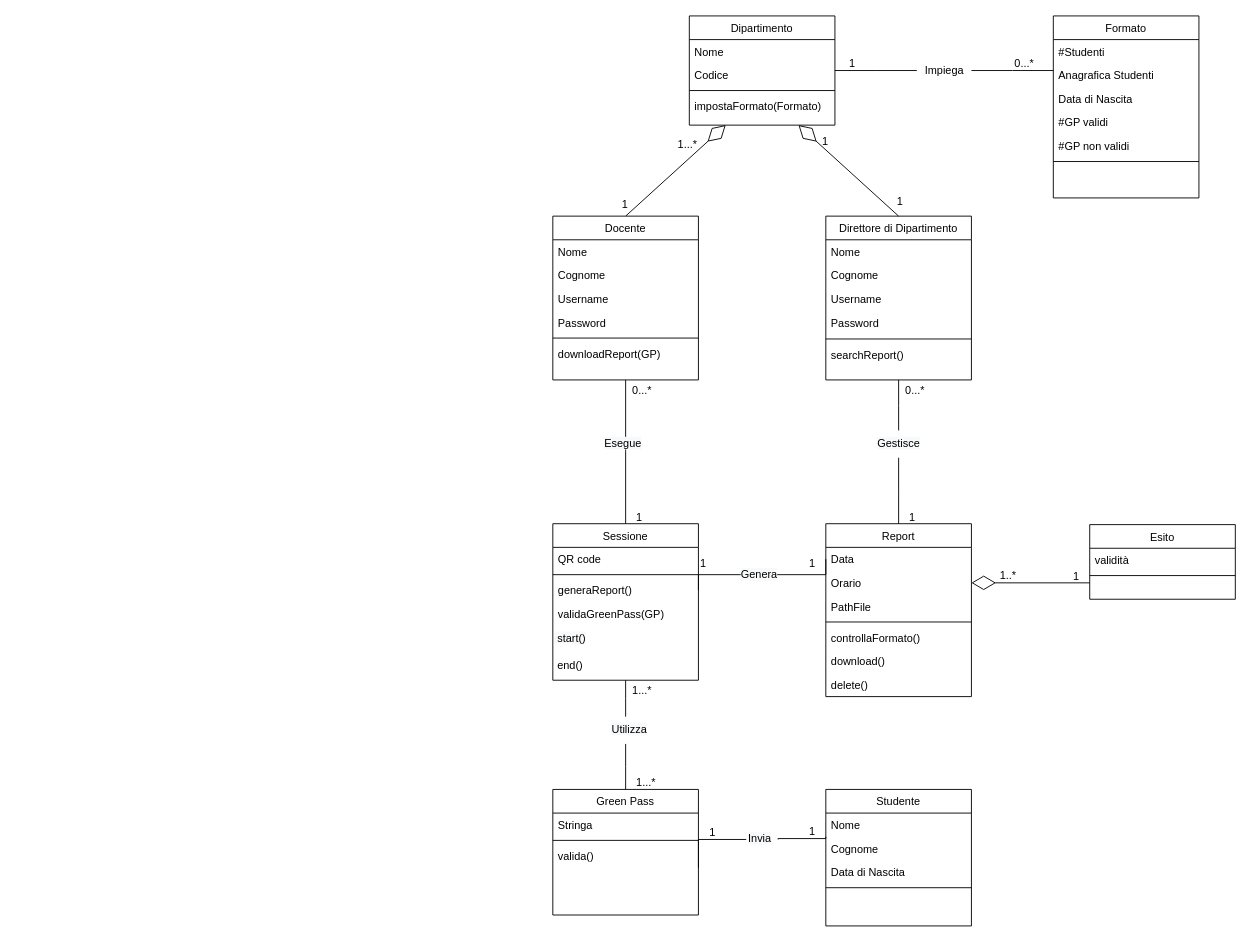
Before: Documentazione/Resources/Class Diagram.drawio in Alberto-00/EasyPass, a draw.io diagram. Source tidied: cells renumbered, new cells numbered last; positions are measured from the earlier drawing's top-left corner, leaving out a move shared by most shapes. Both pictures are drawn from the tidied source at 91%, with x=0, y=0 at pixel (552, 15).
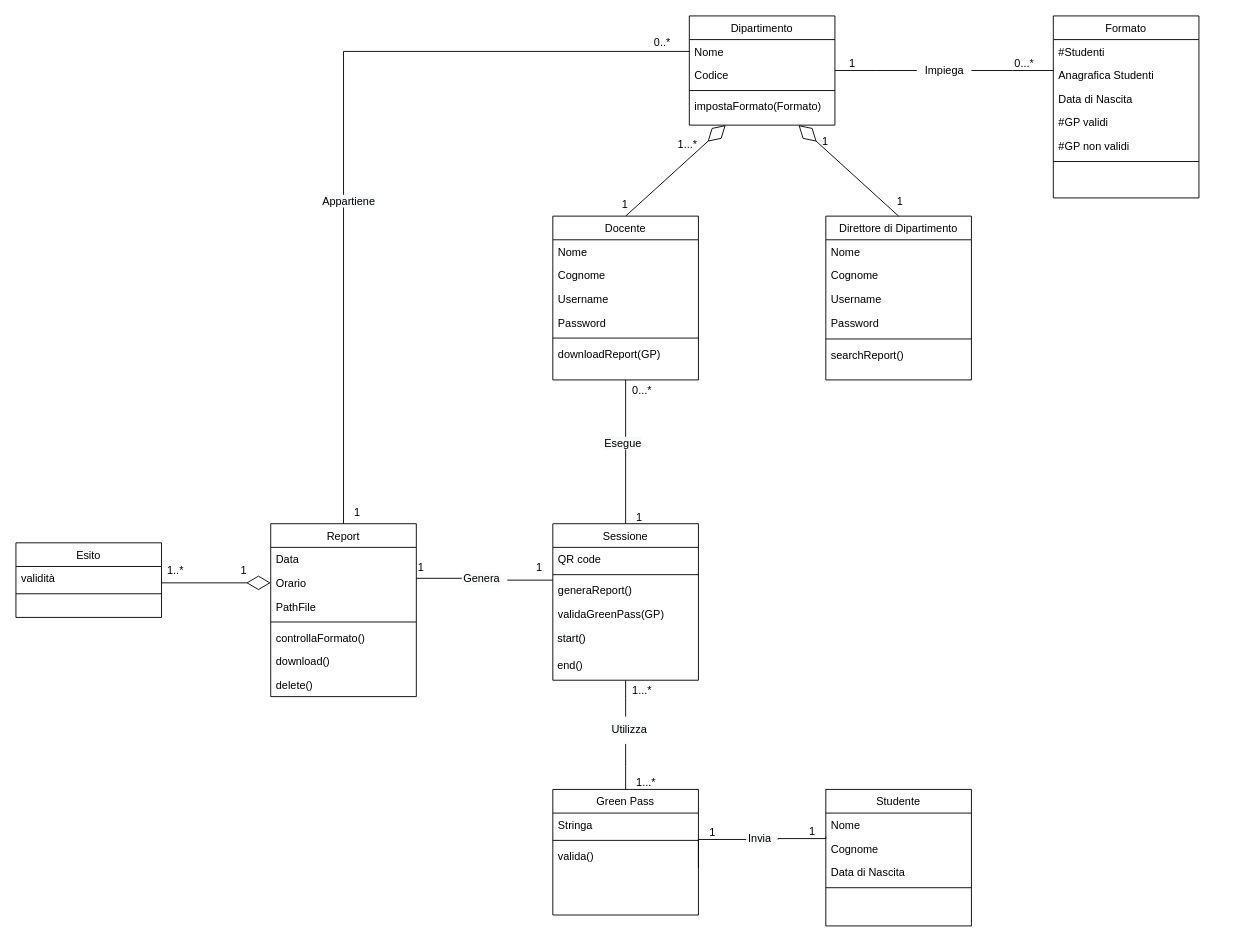
Above is the later version.

The change refers to these unchanged cells:
```xml
<mxCell id="3" value="Nome" style="text;align=left;verticalAlign=top;spacingLeft=4;spacingRight=4;overflow=hidden;points=[[0,0.5],[1,0.5]];portConstraint=eastwest;" parent="2" vertex="1">
  <mxGeometry y="26" width="160" height="26" as="geometry" />
</mxCell>
<mxCell id="7" value="Direttore di Dipartimento" style="swimlane;fontStyle=0;align=center;verticalAlign=top;horizontal=1;startSize=26;rounded=0;shadow=0;strokeWidth=1;fontColor=#000000;" parent="1" vertex="1">
  <mxGeometry x="300" y="220" width="160" height="180" as="geometry" />
</mxCell>
<mxCell id="28" value="generaReport()" style="text;align=left;verticalAlign=top;spacingLeft=4;spacingRight=4;overflow=hidden;points=[[0,0.5],[1,0.5]];portConstraint=eastwest;fontStyle=0;" parent="25" vertex="1">
  <mxGeometry y="60" width="160" height="26" as="geometry" />
</mxCell>
<mxCell id="33" value="Data" style="text;align=left;verticalAlign=top;spacingLeft=4;spacingRight=4;overflow=hidden;points=[[0,0.5],[1,0.5]];portConstraint=eastwest;rounded=0;shadow=0;html=0;" parent="32" vertex="1">
  <mxGeometry y="26" width="160" height="26" as="geometry" />
</mxCell>
<mxCell id="34" value="Orario" style="text;align=left;verticalAlign=top;spacingLeft=4;spacingRight=4;overflow=hidden;points=[[0,0.5],[1,0.5]];portConstraint=eastwest;rounded=0;shadow=0;html=0;" parent="32" vertex="1">
  <mxGeometry y="52" width="160" height="26" as="geometry" />
</mxCell>
```

The edit, as a diff of the source:
```diff
@@
     <mxCell id="32" value="Report" style="swimlane;fontStyle=0;align=center;verticalAlign=top;horizontal=1;startSize=26;rounded=0;shadow=0;strokeWidth=1;" parent="1" vertex="1">
-      <mxGeometry x="300" y="558" width="160" height="190" as="geometry" />
+      <mxGeometry x="-310" y="558" width="160" height="190" as="geometry" />
     </mxCell>
@@
     <mxCell id="40" value="Esito" style="swimlane;fontStyle=0;align=center;verticalAlign=top;horizontal=1;startSize=26;rounded=0;shadow=0;strokeWidth=1;fontColor=#000000;" parent="1" vertex="1">
-      <mxGeometry x="590" y="559" width="160" height="82" as="geometry" />
+      <mxGeometry x="-590" y="579" width="160" height="82" as="geometry" />
     </mxCell>
@@
-    <mxCell id="47" style="endArrow=diamondThin;endFill=0;endSize=24;html=1;rounded=0;exitX=0;exitY=0.5;exitDx=0;exitDy=0;" parent="1" edge="1">
+    <mxCell id="47" style="endArrow=diamondThin;endFill=0;endSize=24;html=1;rounded=0;entryX=0;entryY=0.5;entryDx=0;entryDy=0;" parent="1" edge="1" target="34">
       <mxGeometry relative="1" as="geometry">
-        <mxPoint x="590" y="623" as="sourcePoint" />
-        <mxPoint x="460" y="623" as="targetPoint" />
+        <mxPoint x="-430" y="623" as="sourcePoint" />
       </mxGeometry>
     </mxCell>
-    <mxCell id="48" style="endArrow=none;shadow=0;strokeWidth=1;rounded=0;endFill=0;edgeStyle=elbowEdgeStyle;elbow=vertical;exitX=0;exitY=0.5;exitDx=0;exitDy=0;entryX=1;entryY=0.5;entryDx=0;entryDy=0;" parent="1" edge="1" source="33" target="28">
-      <mxGeometry x="0.5" y="41" relative="1" as="geometry">
-        <mxPoint x="-40" y="32" as="offset" />
-      </mxGeometry>
-    </mxCell>
-    <mxCell id="49" value="1" style="align=left;verticalAlign=bottom;labelBackgroundColor=none;fontSize=12;" parent="48" vertex="1">
-      <mxGeometry x="-1" relative="1" as="geometry">
-        <mxPoint x="-20" y="13" as="offset" />
-      </mxGeometry>
-    </mxCell>
-    <mxCell id="50" value="1" style="align=right;verticalAlign=bottom;labelBackgroundColor=none;fontSize=12;" parent="48" vertex="1">
-      <mxGeometry x="1" relative="1" as="geometry">
-        <mxPoint x="10" y="-21" as="offset" />
-      </mxGeometry>
-    </mxCell>
-    <mxCell id="51" value="&lt;span style=&quot;color: rgb(0 , 0 , 0) ; font-family: &amp;#34;helvetica&amp;#34; ; font-size: 12px ; font-style: normal ; font-weight: 400 ; letter-spacing: normal ; text-align: center ; text-indent: 0px ; text-transform: none ; word-spacing: 0px ; background-color: rgb(248 , 249 , 250) ; display: inline ; float: none&quot;&gt;Genera&lt;/span&gt;" style="text;whiteSpace=wrap;html=1;" parent="1" vertex="1">
-      <mxGeometry x="205" y="600" width="50" height="30" as="geometry" />
-    </mxCell>
@@
     <mxCell id="67" value="1" style="align=left;verticalAlign=bottom;labelBackgroundColor=none;fontSize=12;" parent="1" vertex="1">
-      <mxGeometry x="580" y="600" as="geometry">
+      <mxGeometry x="-140" y="590" as="geometry">
         <mxPoint x="-10" y="24" as="offset" />
       </mxGeometry>
     </mxCell>
@@
     <mxCell id="75" value="1..*" style="text;html=1;align=center;verticalAlign=middle;strokeColor=none;fillColor=none;" parent="1" vertex="1">
-      <mxGeometry x="485" y="605" width="30" height="20" as="geometry" />
+      <mxGeometry x="-430" y="600" width="30" height="20" as="geometry" />
     </mxCell>
@@
-    <mxCell id="79" style="endArrow=none;shadow=0;strokeWidth=1;rounded=0;endFill=0;edgeStyle=elbowEdgeStyle;elbow=vertical;entryX=0.5;entryY=1;entryDx=0;entryDy=0;exitX=0.5;exitY=0;exitDx=0;exitDy=0;startArrow=none;" parent="1" edge="1" source="89" target="7">
-      <mxGeometry x="0.5" y="41" relative="1" as="geometry">
-        <mxPoint x="-40" y="32" as="offset" />
-      </mxGeometry>
-    </mxCell>
-    <mxCell id="80" value="0...*" style="align=right;verticalAlign=bottom;labelBackgroundColor=none;fontSize=12;" parent="79" vertex="1">
-      <mxGeometry x="1" relative="1" as="geometry">
-        <mxPoint x="30" y="20" as="offset" />
-      </mxGeometry>
-    </mxCell>
@@
-    <mxCell id="89" value="&lt;span style=&quot;color: rgb(0 , 0 , 0) ; font-family: &amp;#34;helvetica&amp;#34; ; font-size: 12px ; font-style: normal ; font-weight: 400 ; letter-spacing: normal ; text-align: center ; text-indent: 0px ; text-transform: none ; word-spacing: 0px ; background-color: rgb(248 , 249 , 250) ; display: inline ; float: none&quot;&gt;Gestisce&lt;/span&gt;" style="text;whiteSpace=wrap;html=1;" parent="1" vertex="1">
-      <mxGeometry x="355" y="455.5" width="50" height="30" as="geometry" />
-    </mxCell>
-    <mxCell id="90" style="endArrow=none;shadow=0;strokeWidth=1;rounded=0;endFill=0;edgeStyle=elbowEdgeStyle;elbow=vertical;entryX=0.5;entryY=1;entryDx=0;entryDy=0;exitX=0.5;exitY=0;exitDx=0;exitDy=0;" parent="1" edge="1" source="32" target="89">
-      <mxGeometry x="0.5" y="41" relative="1" as="geometry">
-        <mxPoint x="-40" y="32" as="offset" />
-      </mxGeometry>
-    </mxCell>
-    <mxCell id="91" value="1" style="align=left;verticalAlign=bottom;labelBackgroundColor=none;fontSize=12;" parent="90" vertex="1">
-      <mxGeometry x="-1" relative="1" as="geometry">
-        <mxPoint x="10" y="1" as="offset" />
-      </mxGeometry>
-    </mxCell>
+    <mxCell id="92" style="endArrow=none;html=1;rounded=0;startArrow=none;" parent="1" edge="1">
+      <mxGeometry relative="1" as="geometry">
+        <mxPoint x="-100" y="618" as="sourcePoint" />
+        <mxPoint x="-150" y="618" as="targetPoint" />
+      </mxGeometry>
+    </mxCell>
+    <mxCell id="51" value="&lt;span style=&quot;color: rgb(0 , 0 , 0) ; font-family: &amp;#34;helvetica&amp;#34; ; font-size: 12px ; font-style: normal ; font-weight: 400 ; letter-spacing: normal ; text-align: center ; text-indent: 0px ; text-transform: none ; word-spacing: 0px ; background-color: rgb(248 , 249 , 250) ; display: inline ; float: none&quot;&gt;Genera&lt;/span&gt;" style="text;whiteSpace=wrap;html=1;" parent="1" vertex="1">
+      <mxGeometry x="-100" y="605" width="50" height="30" as="geometry" />
+    </mxCell>
+    <mxCell id="93" style="endArrow=none;html=1;rounded=0;" parent="1" edge="1" target="51">
+      <mxGeometry relative="1" as="geometry">
+        <mxPoint y="620" as="sourcePoint" />
+      </mxGeometry>
+    </mxCell>
+    <mxCell id="94" style="align=left;verticalAlign=bottom;labelBackgroundColor=none;fontSize=12;" parent="1" vertex="1">
+      <mxGeometry x="-540" y="547" as="geometry">
+        <mxPoint x="-440" y="-13" as="offset" />
+      </mxGeometry>
+    </mxCell>
+    <mxCell id="95" style="align=left;verticalAlign=bottom;labelBackgroundColor=none;fontSize=12;" parent="1" vertex="1">
+      <mxGeometry x="-330" y="590" as="geometry">
+        <mxPoint x="-10" y="24" as="offset" />
+      </mxGeometry>
+    </mxCell>
+    <mxCell id="96" value="1" style="align=left;verticalAlign=bottom;labelBackgroundColor=none;fontSize=12;" parent="1" vertex="1">
+      <mxGeometry x="-10" y="590" as="geometry">
+        <mxPoint x="-10" y="24" as="offset" />
+      </mxGeometry>
+    </mxCell>
+    <mxCell id="97" style="endArrow=none;html=1;rounded=0;exitX=0.5;exitY=0;exitDx=0;exitDy=0;edgeStyle=orthogonalEdgeStyle;entryX=0;entryY=0.5;entryDx=0;entryDy=0;" parent="1" edge="1" source="32" target="3">
+      <mxGeometry relative="1" as="geometry" />
+    </mxCell>
+    <mxCell id="98" value="&lt;span style=&quot;color: rgb(0 , 0 , 0) ; font-family: &amp;#34;helvetica&amp;#34; ; font-size: 12px ; font-style: normal ; font-weight: 400 ; letter-spacing: normal ; text-align: center ; text-indent: 0px ; text-transform: none ; word-spacing: 0px ; background-color: rgb(248 , 249 , 250) ; display: inline ; float: none&quot;&gt;Appartiene&lt;br&gt;&lt;/span&gt;" style="text;whiteSpace=wrap;html=1;" parent="1" vertex="1">
+      <mxGeometry x="-255" y="190" width="50" height="30" as="geometry" />
+    </mxCell>
+    <mxCell id="99" value="0..*" style="text;html=1;align=center;verticalAlign=middle;strokeColor=none;fillColor=none;" parent="1" vertex="1">
+      <mxGeometry x="105" y="20" width="30" height="20" as="geometry" />
+    </mxCell>
+    <mxCell id="100" value="1" style="align=left;verticalAlign=bottom;labelBackgroundColor=none;fontSize=12;" parent="1" vertex="1">
+      <mxGeometry x="-210" y="530" as="geometry">
+        <mxPoint x="-10" y="24" as="offset" />
+      </mxGeometry>
+    </mxCell>
+    <mxCell id="101" value="1" style="text;html=1;align=center;verticalAlign=middle;strokeColor=none;fillColor=none;" parent="1" vertex="1">
+      <mxGeometry x="-350" y="600" width="20" height="20" as="geometry" />
+    </mxCell>
```
